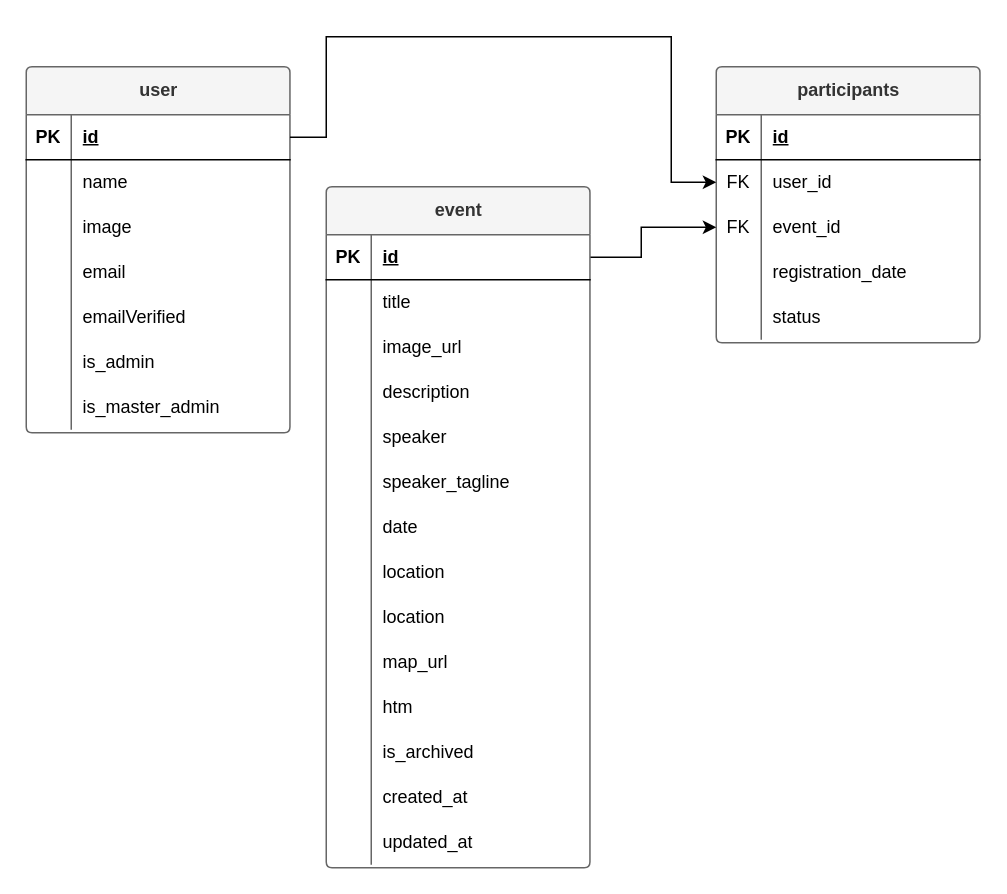
Above: Menata-Hati-App.drawio in yogiprsetya/app.diagrams.net (draw.io), before the change. Source tidied: cells renumbered, new cells numbered last; positions are measured from the earlier drawing's top-left corner, leaving out a move shared by most shapes. Both pictures are drawn from the tidied source at 150%, with x=0, y=0 at pixel (26, 36).
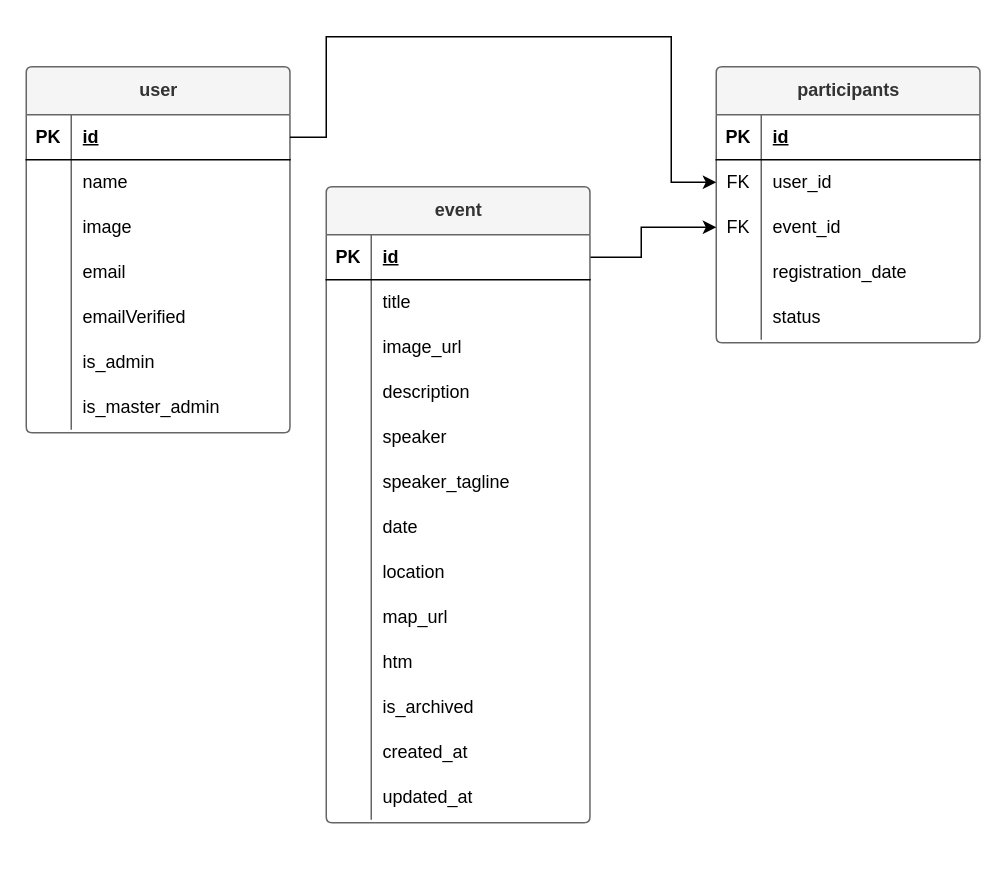
The same page after the edit.

Diff of the diagram source:
```diff
@@
     <mxCell id="42" value="&lt;div&gt;event&lt;/div&gt;" style="shape=table;startSize=32;childLayout=tableLayout;rowLines=0;fontStyle=1;align=center;html=1;rounded=1;fillColor=#f5f5f5;fontColor=#333333;strokeColor=#666666;arcSize=4;" parent="1" vertex="1">
-      <mxGeometry x="200" y="100" width="175.8" height="454" as="geometry" />
+      <mxGeometry x="200" y="100" width="175.8" height="424" as="geometry" />
     </mxCell>
@@
-    <mxCell id="67" style="shape=tableRow;horizontal=0;startSize=0;swimlaneHead=0;swimlaneBody=0;fillColor=none;top=0;left=0;right=0;bottom=0;" parent="42" vertex="1">
-      <mxGeometry y="272" width="175.8" height="30" as="geometry" />
-    </mxCell>
-    <mxCell id="68" style="shape=partialRectangle;fillColor=none;top=0;left=0;bottom=0;right=0;overflow=hidden;whiteSpace=wrap;html=1;" parent="67" vertex="1">
-      <mxGeometry width="30" height="30" as="geometry" />
-    </mxCell>
-    <mxCell id="69" value="location" style="shape=partialRectangle;fillColor=none;top=0;left=0;bottom=0;right=0;align=left;spacingLeft=6;overflow=hidden;whiteSpace=wrap;html=1;" parent="67" vertex="1">
-      <mxGeometry x="30" width="145.8" height="30" as="geometry" />
-    </mxCell>
     <mxCell id="70" style="shape=tableRow;horizontal=0;startSize=0;swimlaneHead=0;swimlaneBody=0;fillColor=none;top=0;left=0;right=0;bottom=0;" parent="42" vertex="1">
-      <mxGeometry y="302" width="175.8" height="30" as="geometry" />
+      <mxGeometry y="272" width="175.8" height="30" as="geometry" />
     </mxCell>
@@
     <mxCell id="73" style="shape=tableRow;horizontal=0;startSize=0;swimlaneHead=0;swimlaneBody=0;fillColor=none;top=0;left=0;right=0;bottom=0;" parent="42" vertex="1">
-      <mxGeometry y="332" width="175.8" height="30" as="geometry" />
+      <mxGeometry y="302" width="175.8" height="30" as="geometry" />
     </mxCell>
@@
     <mxCell id="76" style="shape=tableRow;horizontal=0;startSize=0;swimlaneHead=0;swimlaneBody=0;fillColor=none;top=0;left=0;right=0;bottom=0;" parent="42" vertex="1">
-      <mxGeometry y="362" width="175.8" height="30" as="geometry" />
+      <mxGeometry y="332" width="175.8" height="30" as="geometry" />
     </mxCell>
@@
     <mxCell id="79" style="shape=tableRow;horizontal=0;startSize=0;swimlaneHead=0;swimlaneBody=0;fillColor=none;top=0;left=0;right=0;bottom=0;" parent="42" vertex="1">
-      <mxGeometry y="392" width="175.8" height="30" as="geometry" />
+      <mxGeometry y="362" width="175.8" height="30" as="geometry" />
     </mxCell>
@@
     <mxCell id="82" style="shape=tableRow;horizontal=0;startSize=0;swimlaneHead=0;swimlaneBody=0;fillColor=none;top=0;left=0;right=0;bottom=0;" parent="42" vertex="1">
-      <mxGeometry y="422" width="175.8" height="30" as="geometry" />
+      <mxGeometry y="392" width="175.8" height="30" as="geometry" />
     </mxCell>
```
